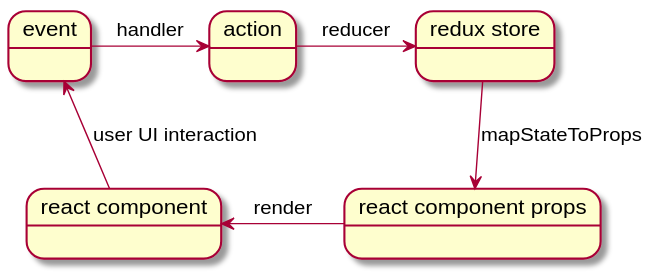
Before: doc/img/basic_arch.svg, a diagram exported from PlantUML (SUNET/eduid-front).
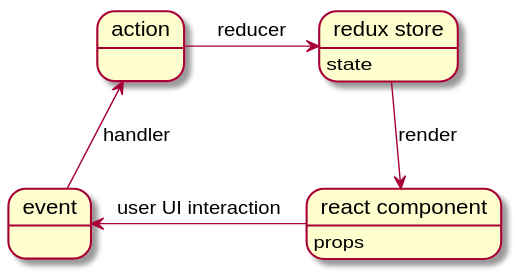
The same diagram one commit later.

What changed in the source:
```diff
@@ -1,15 +1,15 @@
 @startuml img/basic_arch
 
 state "redux store" as store
-state "react component props" as props
+store: state
 state "react component" as comp
+comp: props
 state event
 state action
 
-store -down-> props: mapStateToProps
-props -left-> comp: render
-comp -up-> event: user UI interaction
-event -right-> action: handler
+store -down-> comp: render
+comp -left-> event: user UI interaction
+event -up-> action: handler
 action -right-> store: reducer
 
 @enduml
```
